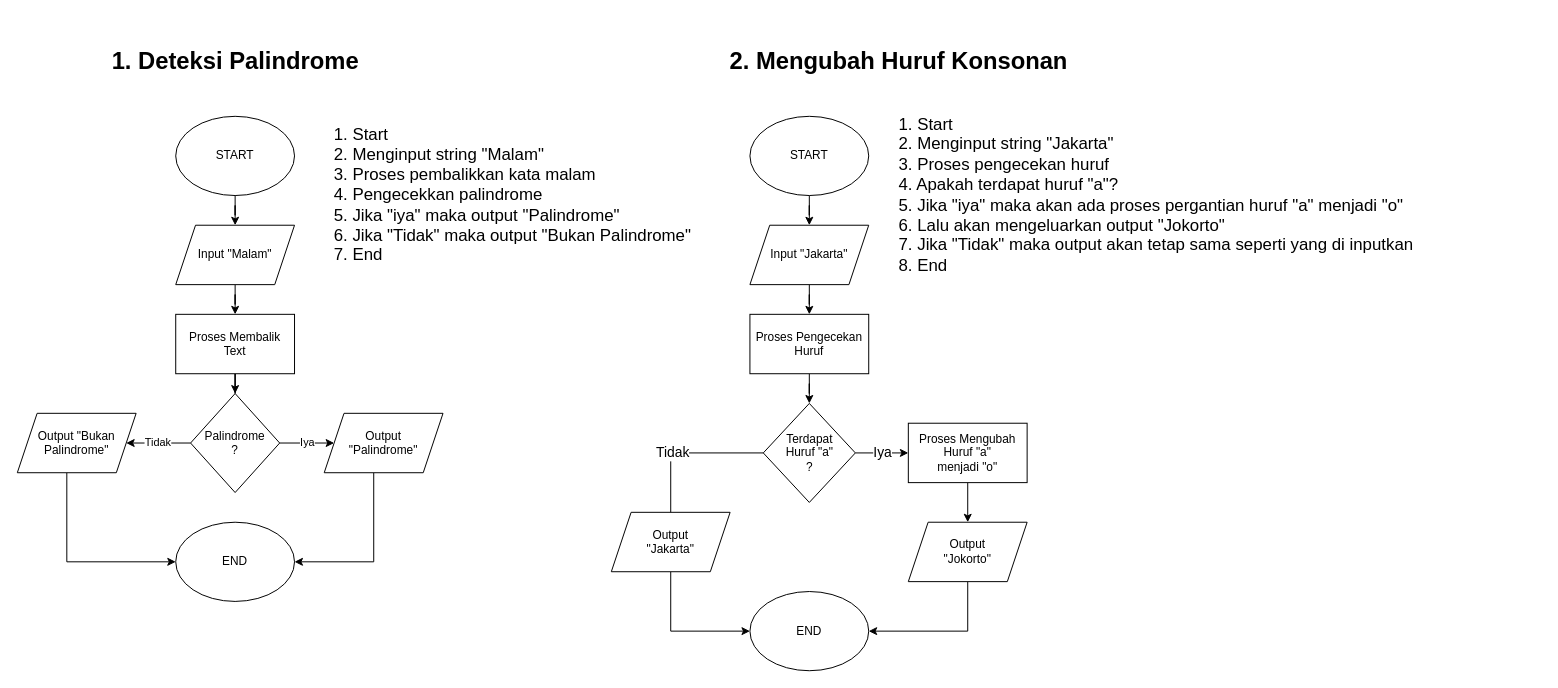
The draw.io diagram 1.drawio in madiajijah11/fw12-javascript1, before the edit. Source tidied: cells renumbered, new cells numbered last; positions are measured from the earlier drawing's top-left corner, leaving out a move shared by most shapes. Both pictures are drawn from the tidied source at 99%, with x=0, y=0 at pixel (17, 27).
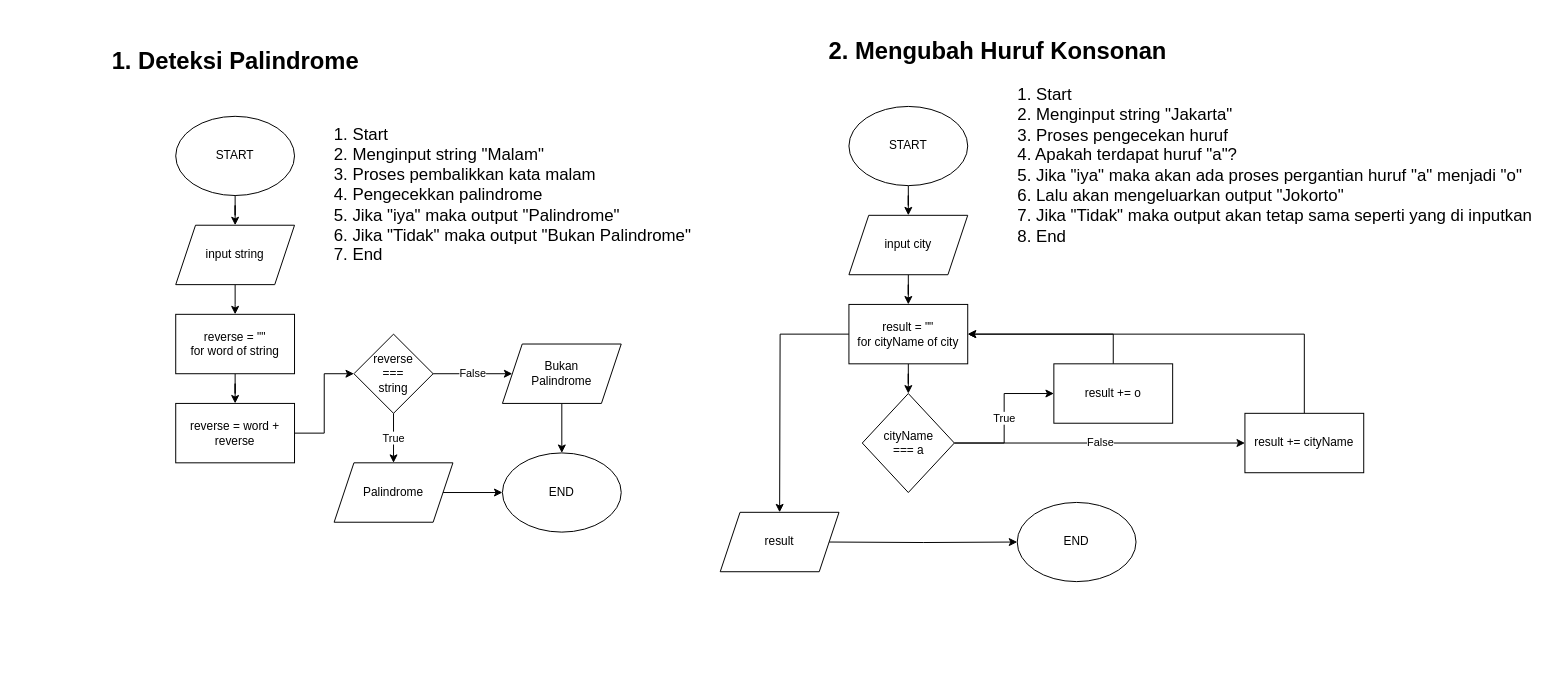
The same page after the edit.

Commit message (it also covers changes not shown here):
finish revision flowchart

What changed in the source:
```diff
@@
-    <mxCell id="4" value="END" style="ellipse;whiteSpace=wrap;html=1;" parent="1" vertex="1">
-      <mxGeometry x="160" y="500" width="120" height="80" as="geometry" />
-    </mxCell>
-    <mxCell id="5" style="edgeStyle=orthogonalEdgeStyle;rounded=0;jettySize=auto;html=1;" parent="1" edge="1" source="6" target="8">
-      <mxGeometry relative="1" as="geometry" />
+    <mxCell id="5" style="edgeStyle=orthogonalEdgeStyle;rounded=0;jettySize=auto;html=1;" parent="1" edge="1" source="6">
+      <mxGeometry relative="1" as="geometry">
+        <mxPoint x="220" y="290" as="targetPoint" />
+      </mxGeometry>
     </mxCell>
-    <mxCell id="6" value="Input &quot;Malam&quot;" style="shape=parallelogram;perimeter=parallelogramPerimeter;whiteSpace=wrap;html=1;fixedSize=1;" parent="1" vertex="1">
+    <mxCell id="6" value="input string" style="shape=parallelogram;perimeter=parallelogramPerimeter;whiteSpace=wrap;html=1;fixedSize=1;" parent="1" vertex="1">
       <mxGeometry x="160" y="200" width="120" height="60" as="geometry" />
     </mxCell>
-    <mxCell id="7" style="edgeStyle=orthogonalEdgeStyle;rounded=0;jettySize=auto;html=1;" parent="1" edge="1" source="8" target="11">
-      <mxGeometry relative="1" as="geometry" />
-    </mxCell>
-    <mxCell id="8" value="Proses Membalik&lt;br&gt;Text" style="rounded=0;whiteSpace=wrap;html=1;" parent="1" vertex="1">
-      <mxGeometry x="160" y="290" width="120" height="60" as="geometry" />
-    </mxCell>
-    <mxCell id="9" value="Iya" style="edgeStyle=orthogonalEdgeStyle;rounded=0;jettySize=auto;html=1;" parent="1" edge="1" source="11" target="13">
-      <mxGeometry relative="1" as="geometry" />
-    </mxCell>
-    <mxCell id="10" value="Tidak" style="edgeStyle=orthogonalEdgeStyle;rounded=0;jettySize=auto;html=1;" parent="1" edge="1" source="11" target="15">
-      <mxGeometry relative="1" as="geometry" />
-    </mxCell>
-    <mxCell id="11" value="Palindrome&lt;br&gt;?" style="rhombus;whiteSpace=wrap;html=1;" parent="1" vertex="1">
-      <mxGeometry x="175" y="370" width="90" height="100" as="geometry" />
-    </mxCell>
-    <mxCell id="12" style="edgeStyle=orthogonalEdgeStyle;rounded=0;jettySize=auto;html=1;entryX=1;entryY=0.5;entryDx=0;entryDy=0;" parent="1" edge="1" source="13" target="4">
-      <mxGeometry relative="1" as="geometry">
-        <Array as="points">
-          <mxPoint x="360" y="540" />
-        </Array>
-      </mxGeometry>
-    </mxCell>
-    <mxCell id="13" value="Output&lt;br&gt;&quot;Palindrome&quot;" style="shape=parallelogram;perimeter=parallelogramPerimeter;whiteSpace=wrap;html=1;fixedSize=1;" parent="1" vertex="1">
-      <mxGeometry x="310" y="390" width="120" height="60" as="geometry" />
-    </mxCell>
-    <mxCell id="14" style="edgeStyle=orthogonalEdgeStyle;rounded=0;jettySize=auto;html=1;entryX=0;entryY=0.5;entryDx=0;entryDy=0;" parent="1" edge="1" source="15" target="4">
-      <mxGeometry relative="1" as="geometry">
-        <Array as="points">
-          <mxPoint x="50" y="540" />
-        </Array>
-      </mxGeometry>
-    </mxCell>
-    <mxCell id="15" value="Output &quot;Bukan Palindrome&quot;" style="shape=parallelogram;perimeter=parallelogramPerimeter;whiteSpace=wrap;html=1;fixedSize=1;" parent="1" vertex="1">
-      <mxGeometry y="390" width="120" height="60" as="geometry" />
-    </mxCell>
@@
     <mxCell id="18" value="&lt;h1&gt;2. Mengubah Huruf Konsonan&lt;/h1&gt;" style="text;html=1;align=center;verticalAlign=middle;strokeColor=none;fillColor=none;" parent="1" vertex="1">
-      <mxGeometry x="710" width="360" height="70" as="geometry" />
+      <mxGeometry x="810" y="-10" width="360" height="70" as="geometry" />
     </mxCell>
@@
     <mxCell id="20" value="START" style="ellipse;whiteSpace=wrap;html=1;" parent="1" vertex="1">
-      <mxGeometry x="740" y="90" width="120" height="80" as="geometry" />
+      <mxGeometry x="840" y="80" width="120" height="80" as="geometry" />
     </mxCell>
@@
-    <mxCell id="22" value="Input &quot;Jakarta&quot;" style="shape=parallelogram;perimeter=parallelogramPerimeter;whiteSpace=wrap;html=1;fixedSize=1;" parent="1" vertex="1">
-      <mxGeometry x="740" y="200" width="120" height="60" as="geometry" />
+    <mxCell id="22" value="input city" style="shape=parallelogram;perimeter=parallelogramPerimeter;whiteSpace=wrap;html=1;fixedSize=1;" parent="1" vertex="1">
+      <mxGeometry x="840" y="190" width="120" height="60" as="geometry" />
     </mxCell>
-    <mxCell id="23" style="edgeStyle=orthogonalEdgeStyle;rounded=0;jettySize=auto;html=1;fontSize=14;" parent="1" edge="1" source="24" target="32">
-      <mxGeometry relative="1" as="geometry" />
-    </mxCell>
+    <mxCell id="36" style="edgeStyle=orthogonalEdgeStyle;rounded=0;jettySize=auto;html=1;entryX=1;entryY=0.5;entryDx=0;entryDy=0;" parent="1" edge="1" source="24" target="26">
+      <mxGeometry relative="1" as="geometry">
+        <Array as="points">
+          <mxPoint x="1107" y="310" />
+        </Array>
+      </mxGeometry>
+    </mxCell>
-    <mxCell id="24" value="Proses Mengubah Huruf &quot;a&quot; &lt;br&gt;menjadi &quot;o&quot;" style="rounded=0;whiteSpace=wrap;html=1;" parent="1" vertex="1">
-      <mxGeometry x="900" y="400" width="120" height="60" as="geometry" />
+    <mxCell id="24" value="result += o" style="rounded=0;whiteSpace=wrap;html=1;" parent="1" vertex="1">
+      <mxGeometry x="1047" y="340" width="120" height="60" as="geometry" />
     </mxCell>
@@
+    <mxCell id="37" style="edgeStyle=orthogonalEdgeStyle;rounded=0;jettySize=auto;html=1;" parent="1" edge="1" source="26">
+      <mxGeometry relative="1" as="geometry">
+        <mxPoint x="770" y="490" as="targetPoint" />
+      </mxGeometry>
+    </mxCell>
-    <mxCell id="26" value="Proses Pengecekan Huruf" style="rounded=0;whiteSpace=wrap;html=1;" parent="1" vertex="1">
-      <mxGeometry x="740" y="290" width="120" height="60" as="geometry" />
+    <mxCell id="26" value="result = &quot;&quot;&lt;br&gt;for cityName of city" style="rounded=0;whiteSpace=wrap;html=1;" parent="1" vertex="1">
+      <mxGeometry x="840" y="280" width="120" height="60" as="geometry" />
     </mxCell>
-    <mxCell id="27" value="Iya" style="edgeStyle=orthogonalEdgeStyle;rounded=0;jettySize=auto;html=1;fontSize=14;align=center;" parent="1" edge="1" source="29" target="24">
+    <mxCell id="27" value="True" style="edgeStyle=orthogonalEdgeStyle;rounded=0;jettySize=auto;html=1;" parent="1" edge="1" source="29" target="24">
       <mxGeometry relative="1" as="geometry" />
     </mxCell>
-    <mxCell id="28" value="Tidak" style="edgeStyle=orthogonalEdgeStyle;rounded=0;jettySize=auto;html=1;entryX=0.5;entryY=0.5;entryDx=0;entryDy=0;entryPerimeter=0;fontSize=14;" parent="1" edge="1" source="29" target="34">
-      <mxGeometry relative="1" as="geometry" />
-    </mxCell>
+    <mxCell id="38" value="False" style="edgeStyle=orthogonalEdgeStyle;rounded=0;jettySize=auto;html=1;entryX=0;entryY=0.5;entryDx=0;entryDy=0;" parent="1" edge="1" source="29" target="40">
+      <mxGeometry relative="1" as="geometry" />
+    </mxCell>
-    <mxCell id="29" value="Terdapat &lt;br&gt;Huruf &quot;a&quot;&lt;br&gt;?" style="rhombus;whiteSpace=wrap;html=1;" parent="1" vertex="1">
-      <mxGeometry x="753.5" y="380" width="93" height="100" as="geometry" />
+    <mxCell id="29" value="cityName &lt;br&gt;=== a" style="rhombus;whiteSpace=wrap;html=1;" parent="1" vertex="1">
+      <mxGeometry x="853.5" y="370" width="93" height="100" as="geometry" />
     </mxCell>
     <mxCell id="30" value="END" style="ellipse;whiteSpace=wrap;html=1;" parent="1" vertex="1">
-      <mxGeometry x="740" y="570" width="120" height="80" as="geometry" />
+      <mxGeometry x="1010" y="480" width="120" height="80" as="geometry" />
     </mxCell>
-    <mxCell id="31" style="edgeStyle=orthogonalEdgeStyle;rounded=0;jettySize=auto;html=1;entryX=1;entryY=0.5;entryDx=0;entryDy=0;fontSize=14;" parent="1" edge="1" source="32" target="30">
-      <mxGeometry relative="1" as="geometry">
-        <Array as="points">
-          <mxPoint x="960" y="610" />
-        </Array>
-      </mxGeometry>
-    </mxCell>
-    <mxCell id="32" value="Output&lt;br&gt;&quot;Jokorto&quot;" style="shape=parallelogram;perimeter=parallelogramPerimeter;whiteSpace=wrap;html=1;fixedSize=1;" parent="1" vertex="1">
-      <mxGeometry x="900" y="500" width="120" height="60" as="geometry" />
-    </mxCell>
-    <mxCell id="33" style="edgeStyle=orthogonalEdgeStyle;rounded=0;jettySize=auto;html=1;entryX=0;entryY=0.5;entryDx=0;entryDy=0;fontSize=14;" parent="1" edge="1" source="34" target="30">
-      <mxGeometry relative="1" as="geometry">
-        <Array as="points">
-          <mxPoint x="660" y="610" />
-        </Array>
-      </mxGeometry>
-    </mxCell>
-    <mxCell id="34" value="Output&lt;br&gt;&quot;Jakarta&quot;" style="shape=parallelogram;perimeter=parallelogramPerimeter;whiteSpace=wrap;html=1;fixedSize=1;" parent="1" vertex="1">
-      <mxGeometry x="600" y="490" width="120" height="60" as="geometry" />
-    </mxCell>
     <mxCell id="35" value="&lt;div style=&quot;text-align: justify ; font-size: 17px&quot;&gt;&lt;span&gt;&lt;font style=&quot;font-size: 17px&quot;&gt;1. Start&lt;/font&gt;&lt;/span&gt;&lt;/div&gt;&lt;div style=&quot;text-align: justify ; font-size: 17px&quot;&gt;&lt;span&gt;&lt;font style=&quot;font-size: 17px&quot;&gt;2. Menginput string &quot;Jakarta&quot;&lt;/font&gt;&lt;/span&gt;&lt;/div&gt;&lt;div style=&quot;text-align: justify ; font-size: 17px&quot;&gt;&lt;span&gt;&lt;font style=&quot;font-size: 17px&quot;&gt;3. Proses pengecekan huruf&lt;/font&gt;&lt;/span&gt;&lt;/div&gt;&lt;div style=&quot;text-align: justify ; font-size: 17px&quot;&gt;&lt;span&gt;&lt;font style=&quot;font-size: 17px&quot;&gt;4. Apakah terdapat huruf &quot;a&quot;?&lt;/font&gt;&lt;/span&gt;&lt;/div&gt;&lt;div style=&quot;text-align: justify ; font-size: 17px&quot;&gt;&lt;font style=&quot;font-size: 17px&quot;&gt;5. Jika &quot;iya&quot; maka akan ada proses pergantian huruf &quot;a&quot; menjadi &quot;o&quot;&lt;/font&gt;&lt;/div&gt;&lt;div style=&quot;text-align: justify ; font-size: 17px&quot;&gt;&lt;font style=&quot;font-size: 17px&quot;&gt;6. Lalu akan mengeluarkan output &quot;Jokorto&quot;&lt;/font&gt;&lt;/div&gt;&lt;div style=&quot;text-align: justify ; font-size: 17px&quot;&gt;&lt;font style=&quot;font-size: 17px&quot;&gt;7. Jika &quot;Tidak&quot; maka output akan tetap sama seperti yang di inputkan&lt;/font&gt;&lt;/div&gt;&lt;div style=&quot;text-align: justify ; font-size: 17px&quot;&gt;&lt;font style=&quot;font-size: 17px&quot;&gt;8. End&lt;/font&gt;&lt;/div&gt;" style="text;html=1;align=center;verticalAlign=middle;strokeColor=none;fillColor=none;" parent="1" vertex="1">
-      <mxGeometry x="880" y="110" width="540" height="120" as="geometry" />
+      <mxGeometry x="1000" y="80" width="540" height="120" as="geometry" />
     </mxCell>
+    <mxCell id="39" style="edgeStyle=orthogonalEdgeStyle;rounded=0;jettySize=auto;html=1;entryX=1;entryY=0.5;entryDx=0;entryDy=0;" parent="1" edge="1" source="40" target="26">
+      <mxGeometry relative="1" as="geometry">
+        <Array as="points">
+          <mxPoint x="1300" y="310" />
+        </Array>
+      </mxGeometry>
+    </mxCell>
+    <mxCell id="40" value="result += cityName" style="rounded=0;whiteSpace=wrap;html=1;" parent="1" vertex="1">
+      <mxGeometry x="1240" y="390" width="120" height="60" as="geometry" />
+    </mxCell>
+    <mxCell id="41" style="edgeStyle=orthogonalEdgeStyle;rounded=0;jettySize=auto;html=1;" parent="1" edge="1" target="30">
+      <mxGeometry relative="1" as="geometry">
+        <mxPoint x="820" y="520" as="sourcePoint" />
+      </mxGeometry>
+    </mxCell>
+    <mxCell id="42" value="result" style="shape=parallelogram;perimeter=parallelogramPerimeter;whiteSpace=wrap;html=1;fixedSize=1;" parent="1" vertex="1">
+      <mxGeometry x="710" y="490" width="120" height="60" as="geometry" />
+    </mxCell>
+    <mxCell id="43" style="edgeStyle=orthogonalEdgeStyle;rounded=0;jettySize=auto;html=1;entryX=0.5;entryY=0;entryDx=0;entryDy=0;" parent="1" edge="1" source="44" target="46">
+      <mxGeometry relative="1" as="geometry" />
+    </mxCell>
+    <mxCell id="44" value="reverse = &quot;&quot;&lt;br&gt;for word of string" style="rounded=0;whiteSpace=wrap;html=1;" parent="1" vertex="1">
+      <mxGeometry x="160" y="290" width="120" height="60" as="geometry" />
+    </mxCell>
+    <mxCell id="45" style="edgeStyle=orthogonalEdgeStyle;rounded=0;jettySize=auto;html=1;" parent="1" edge="1" source="46" target="49">
+      <mxGeometry relative="1" as="geometry" />
+    </mxCell>
+    <mxCell id="46" value="reverse = word + reverse" style="rounded=0;whiteSpace=wrap;html=1;" parent="1" vertex="1">
+      <mxGeometry x="160" y="380" width="120" height="60" as="geometry" />
+    </mxCell>
+    <mxCell id="47" value="False" style="edgeStyle=orthogonalEdgeStyle;rounded=0;jettySize=auto;html=1;" parent="1" edge="1" source="49" target="53">
+      <mxGeometry relative="1" as="geometry" />
+    </mxCell>
+    <mxCell id="48" value="True" style="edgeStyle=orthogonalEdgeStyle;rounded=0;jettySize=auto;html=1;" parent="1" edge="1" source="49" target="51">
+      <mxGeometry relative="1" as="geometry" />
+    </mxCell>
+    <mxCell id="49" value="reverse &lt;br&gt;=== &lt;br&gt;string" style="rhombus;whiteSpace=wrap;html=1;" parent="1" vertex="1">
+      <mxGeometry x="340" y="310" width="80" height="80" as="geometry" />
+    </mxCell>
+    <mxCell id="50" style="edgeStyle=orthogonalEdgeStyle;rounded=0;jettySize=auto;html=1;" parent="1" edge="1" source="51" target="4">
+      <mxGeometry relative="1" as="geometry" />
+    </mxCell>
+    <mxCell id="51" value="Palindrome" style="shape=parallelogram;perimeter=parallelogramPerimeter;whiteSpace=wrap;html=1;fixedSize=1;" parent="1" vertex="1">
+      <mxGeometry x="320" y="440" width="120" height="60" as="geometry" />
+    </mxCell>
+    <mxCell id="52" style="edgeStyle=orthogonalEdgeStyle;rounded=0;jettySize=auto;html=1;" parent="1" edge="1" source="53" target="4">
+      <mxGeometry relative="1" as="geometry" />
+    </mxCell>
+    <mxCell id="53" value="Bukan&lt;br&gt;Palindrome" style="shape=parallelogram;perimeter=parallelogramPerimeter;whiteSpace=wrap;html=1;fixedSize=1;" parent="1" vertex="1">
+      <mxGeometry x="490" y="320" width="120" height="60" as="geometry" />
+    </mxCell>
+    <mxCell id="4" value="END" style="ellipse;whiteSpace=wrap;html=1;" parent="1" vertex="1">
+      <mxGeometry x="490" y="430" width="120" height="80" as="geometry" />
+    </mxCell>
```
